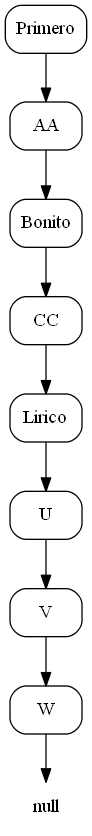
Before: DocsReportes/InOrden.png, a diagram exported from Graphviz (jessicabp19/EDD_1S2020_PY2_201800535). Its source is kept beside it as DocsReportes/InOrden.dot. Its diagram source:
```dot
digraph D {
start[shape = box style = rounded label = "Primero"];
start-> nodo0;
nodo0[shape = record style = rounded label = "AA"];
nodo0->nodo1;
nodo1[shape = record style = rounded label = "Bonito"];
nodo1->nodo2;
nodo2[shape = record style = rounded label = "CC"];
nodo2->nodo3;
nodo3[shape = record style = rounded label = "Lirico"];
nodo3->nodo4;
nodo4[shape = record style = rounded label = "U"];
nodo4->nodo5;
nodo5[shape = record style = rounded label = "V"];
nodo5->nodo6;
nodo6[shape = record style = rounded label = "W"];
nodo6->end;
end[shape = none label = "null"];
}
```
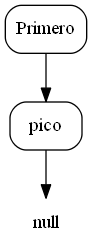
The same file after the commit.

Diff of the diagram source:
```diff
@@ -1,19 +1,7 @@
 digraph D {
 start[shape = box style = rounded label = "Primero"];
 start-> nodo0;
-nodo0[shape = record style = rounded label = "AA"];
-nodo0->nodo1;
-nodo1[shape = record style = rounded label = "Bonito"];
-nodo1->nodo2;
-nodo2[shape = record style = rounded label = "CC"];
-nodo2->nodo3;
-nodo3[shape = record style = rounded label = "Lirico"];
-nodo3->nodo4;
-nodo4[shape = record style = rounded label = "U"];
-nodo4->nodo5;
-nodo5[shape = record style = rounded label = "V"];
-nodo5->nodo6;
-nodo6[shape = record style = rounded label = "W"];
-nodo6->end;
+nodo0[shape = record style = rounded label = "Épico"];
+nodo0->end;
 end[shape = none label = "null"];
 }
```
